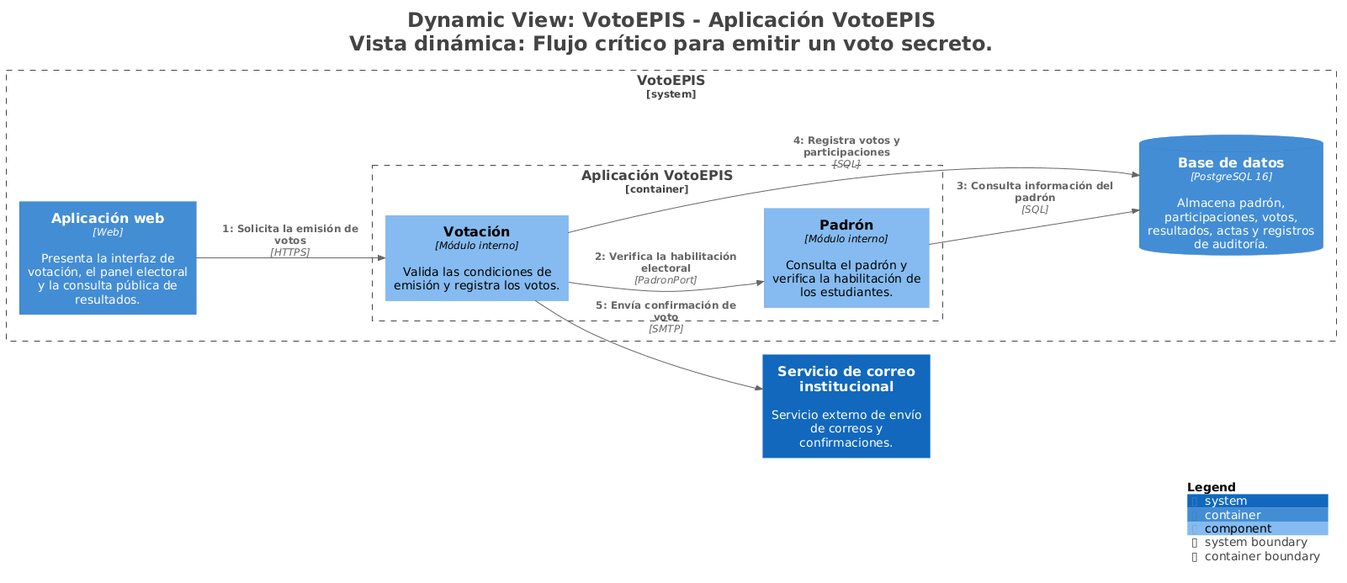
Above: docs/architecture/c4/img/structurizr-EmitirVoto.png in JoseMorocco/cs-2026b-lab04-grupo-b-votoepis (PlantUML), before the change.
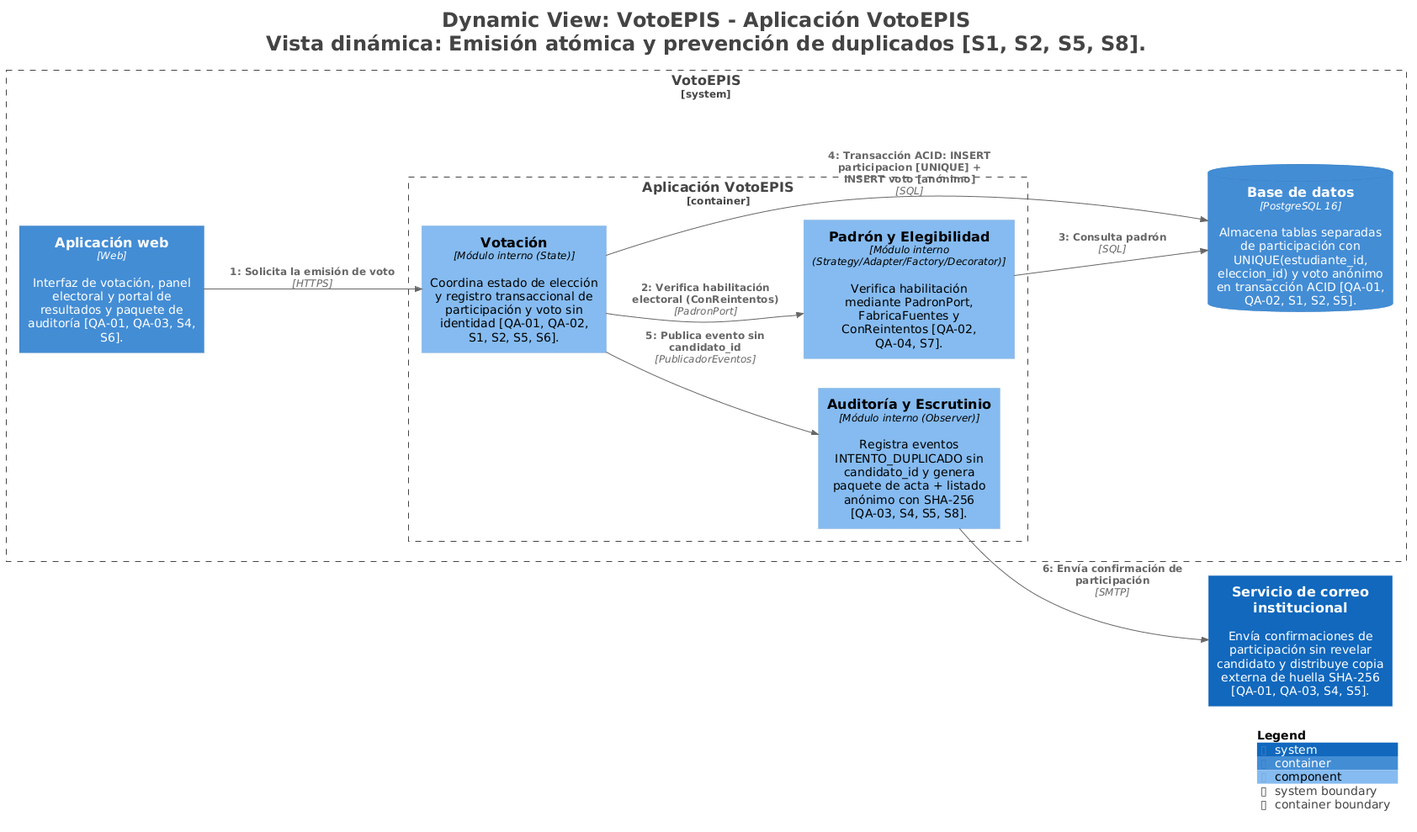
Later version of the same file.

Diff of the diagram source:
```diff
@@ -1,5 +1,5 @@
 @startuml
-title <size:24>Dynamic View: VotoEPIS - Aplicación VotoEPIS</size>\n<size:24>Vista dinámica: Flujo crítico para emitir un voto secreto.</size>
+title <size:24>Dynamic View: VotoEPIS - Aplicación VotoEPIS</size>\n<size:24>Vista dinámica: Emisión atómica y prevención de duplicados [S1, S2, S5, S8].</size>
 
 set separator none
 left to right direction
@@ -16,27 +16,29 @@
 !include <C4/C4_Container>
 !include <C4/C4_Component>
 
-System(Serviciodecorreoinstitucional, "Servicio de correo institucional", $descr="Servicio externo de envío de correos y confirmaciones.", $tags="", $link="")
+System(Serviciodecorreoinstitucional, "Servicio de correo institucional", $descr="Envía confirmaciones de participación sin revelar candidato y distribuye copia externa de huella SHA-256 [QA-01, QA-03, S4, S5].", $tags="", $link="")
 
 System_Boundary("VotoEPIS_boundary", "VotoEPIS", $tags="") {
   Container_Boundary("VotoEPIS.AplicaciónVotoEPIS_boundary", "Aplicación VotoEPIS", $tags="") {
-    Component(VotoEPIS.AplicaciónVotoEPIS.Padrón, "Padrón", $techn="Módulo interno", $descr="Consulta el padrón y verifica la habilitación de los estudiantes.", $tags="", $link="")
-    Component(VotoEPIS.AplicaciónVotoEPIS.Votación, "Votación", $techn="Módulo interno", $descr="Valida las condiciones de emisión y registra los votos.", $tags="", $link="")
+    Component(VotoEPIS.AplicaciónVotoEPIS.AuditoríayEscrutinio, "Auditoría y Escrutinio", $techn="Módulo interno (Observer)", $descr="Registra eventos INTENTO_DUPLICADO sin candidato_id y genera paquete de acta + listado anónimo con SHA-256 [QA-03, S4, S5, S8].", $tags="", $link="")
+    Component(VotoEPIS.AplicaciónVotoEPIS.PadrónyElegibilidad, "Padrón y Elegibilidad", $techn="Módulo interno (Strategy/Adapter/Factory/Decorator)", $descr="Verifica habilitación mediante PadronPort, FabricaFuentes y ConReintentos [QA-02, QA-04, S7].", $tags="", $link="")
+    Component(VotoEPIS.AplicaciónVotoEPIS.Votación, "Votación", $techn="Módulo interno (State)", $descr="Coordina estado de elección y registro transaccional de participación y voto sin identidad [QA-01, QA-02, S1, S2, S5, S6].", $tags="", $link="")
   }
 
-  ContainerDb(VotoEPIS.Basededatos, "Base de datos", $techn="PostgreSQL 16", $descr="Almacena padrón, participaciones, votos, resultados, actas y registros de auditoría.", $tags="", $link="")
-  Container(VotoEPIS.Aplicaciónweb, "Aplicación web", $techn="Web", $descr="Presenta la interfaz de votación, el panel electoral y la consulta pública de resultados.", $tags="", $link="")
+  ContainerDb(VotoEPIS.Basededatos, "Base de datos", $techn="PostgreSQL 16", $descr="Almacena tablas separadas de participación con UNIQUE(estudiante_id, eleccion_id) y voto anónimo en transacción ACID [QA-01, QA-02, S1, S2, S5].", $tags="", $link="")
+  Container(VotoEPIS.Aplicaciónweb, "Aplicación web", $techn="Web", $descr="Interfaz de votación, panel electoral y portal de resultados y paquete de auditoría [QA-01, QA-03, S4, S6].", $tags="", $link="")
 }
 
-Container(VotoEPIS.Aplicaciónweb, "Aplicación web", $techn="Web", $descr="Presenta la interfaz de votación, el panel electoral y la consulta pública de resultados.", $tags="", $link="")
-ContainerDb(VotoEPIS.Basededatos, "Base de datos", $techn="PostgreSQL 16", $descr="Almacena padrón, participaciones, votos, resultados, actas y registros de auditoría.", $tags="", $link="")
-System(Serviciodecorreoinstitucional, "Servicio de correo institucional", $descr="Servicio externo de envío de correos y confirmaciones.", $tags="", $link="")
+Container(VotoEPIS.Aplicaciónweb, "Aplicación web", $techn="Web", $descr="Interfaz de votación, panel electoral y portal de resultados y paquete de auditoría [QA-01, QA-03, S4, S6].", $tags="", $link="")
+ContainerDb(VotoEPIS.Basededatos, "Base de datos", $techn="PostgreSQL 16", $descr="Almacena tablas separadas de participación con UNIQUE(estudiante_id, eleccion_id) y voto anónimo en transacción ACID [QA-01, QA-02, S1, S2, S5].", $tags="", $link="")
+System(Serviciodecorreoinstitucional, "Servicio de correo institucional", $descr="Envía confirmaciones de participación sin revelar candidato y distribuye copia externa de huella SHA-256 [QA-01, QA-03, S4, S5].", $tags="", $link="")
 
-Rel(VotoEPIS.Aplicaciónweb, VotoEPIS.AplicaciónVotoEPIS.Votación, "1: Solicita la emisión de votos", $techn="HTTPS", $tags="", $link="")
-Rel(VotoEPIS.AplicaciónVotoEPIS.Votación, VotoEPIS.AplicaciónVotoEPIS.Padrón, "2: Verifica la habilitación electoral", $techn="PadronPort", $tags="", $link="")
-Rel(VotoEPIS.AplicaciónVotoEPIS.Padrón, VotoEPIS.Basededatos, "3: Consulta información del padrón", $techn="SQL", $tags="", $link="")
-Rel(VotoEPIS.AplicaciónVotoEPIS.Votación, VotoEPIS.Basededatos, "4: Registra votos y participaciones", $techn="SQL", $tags="", $link="")
-Rel(VotoEPIS.AplicaciónVotoEPIS.Votación, Serviciodecorreoinstitucional, "5: Envía confirmación de voto", $techn="SMTP", $tags="", $link="")
+Rel(VotoEPIS.Aplicaciónweb, VotoEPIS.AplicaciónVotoEPIS.Votación, "1: Solicita la emisión de voto", $techn="HTTPS", $tags="", $link="")
+Rel(VotoEPIS.AplicaciónVotoEPIS.Votación, VotoEPIS.AplicaciónVotoEPIS.PadrónyElegibilidad, "2: Verifica habilitación electoral (ConReintentos)", $techn="PadronPort", $tags="", $link="")
+Rel(VotoEPIS.AplicaciónVotoEPIS.PadrónyElegibilidad, VotoEPIS.Basededatos, "3: Consulta padrón", $techn="SQL", $tags="", $link="")
+Rel(VotoEPIS.AplicaciónVotoEPIS.Votación, VotoEPIS.Basededatos, "4: Transacción ACID: INSERT participacion [UNIQUE] + INSERT voto [anónimo]", $techn="SQL", $tags="", $link="")
+Rel(VotoEPIS.AplicaciónVotoEPIS.Votación, VotoEPIS.AplicaciónVotoEPIS.AuditoríayEscrutinio, "5: Publica evento sin candidato_id", $techn="PublicadorEventos", $tags="", $link="")
+Rel(VotoEPIS.AplicaciónVotoEPIS.AuditoríayEscrutinio, Serviciodecorreoinstitucional, "6: Envía confirmación de participación", $techn="SMTP", $tags="", $link="")
 
 SHOW_LEGEND(true)
 hide stereotypes
```
